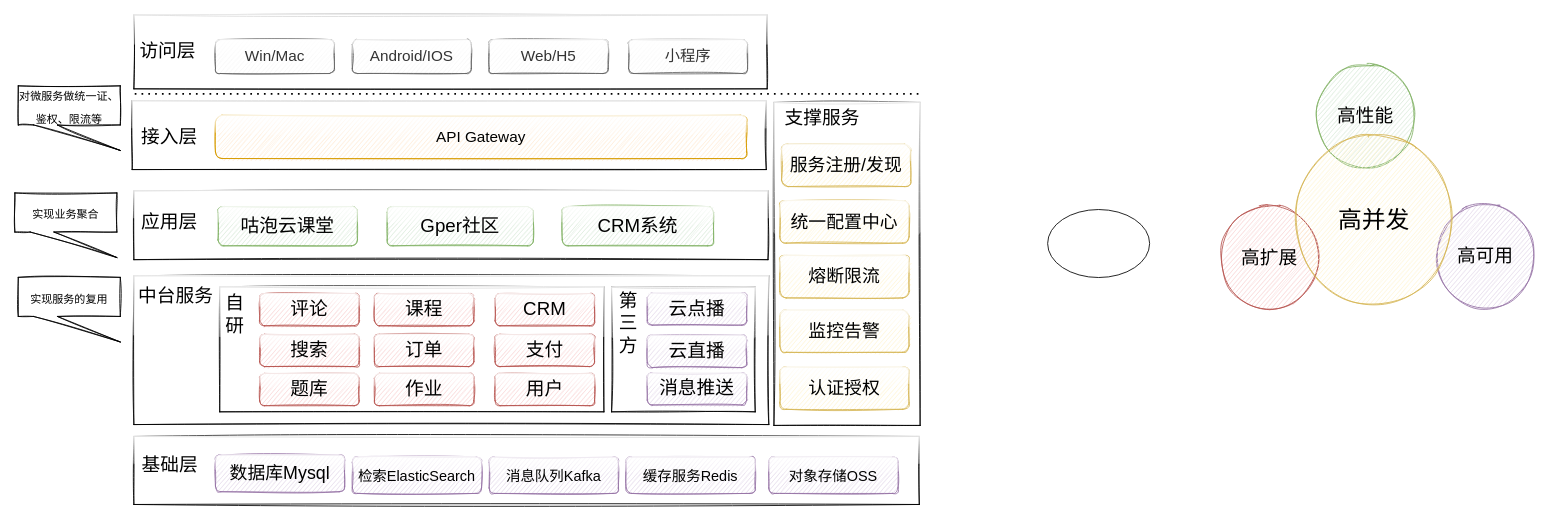
2227324689/map-storage keeps this draw.io diagram as 高并发专题-02.drawio. Above is the earlier version. Source tidied: cells renumbered, new cells numbered last; positions are measured from the earlier drawing's top-left corner, leaving out a move shared by most shapes. Both pictures are drawn from the tidied source at 85%, with x=0, y=0 at pixel (14, 14).
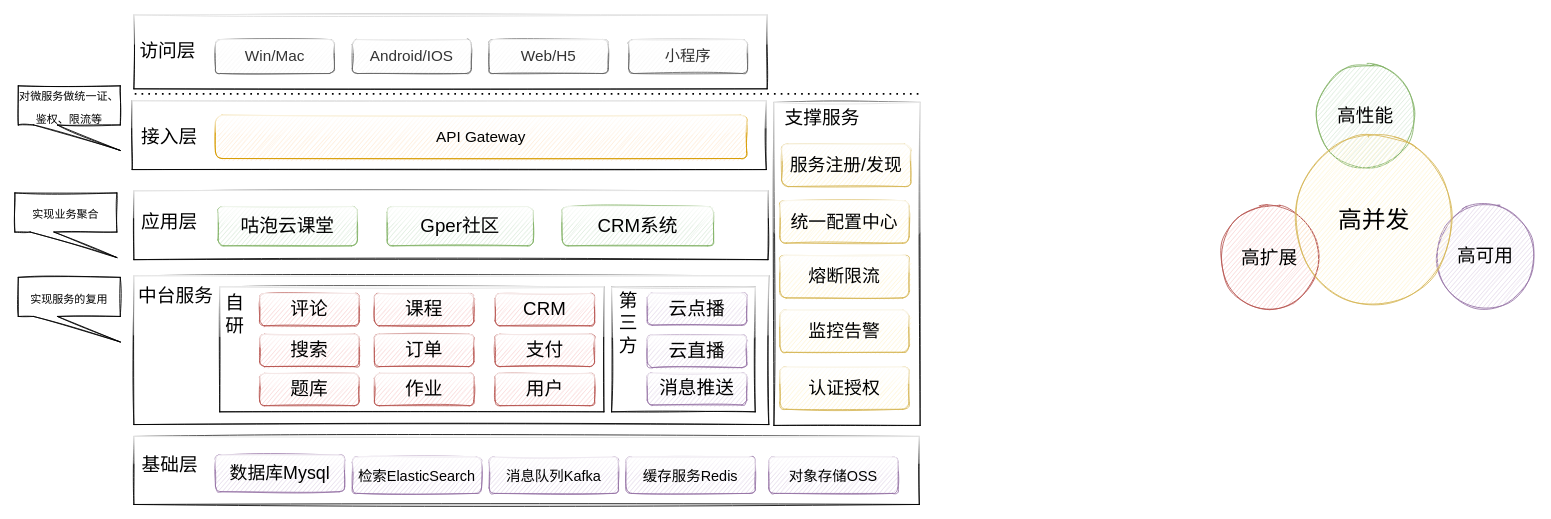
After the change.

Commit message:
Update 高并发专题-02.drawio

What changed in the source:
```diff
@@
-    <mxCell id="56" style="ellipse;whiteSpace=wrap;html=1;" parent="1" vertex="1">
-      <mxGeometry x="1215" y="229" width="120" height="80" as="geometry" />
-    </mxCell>
```
